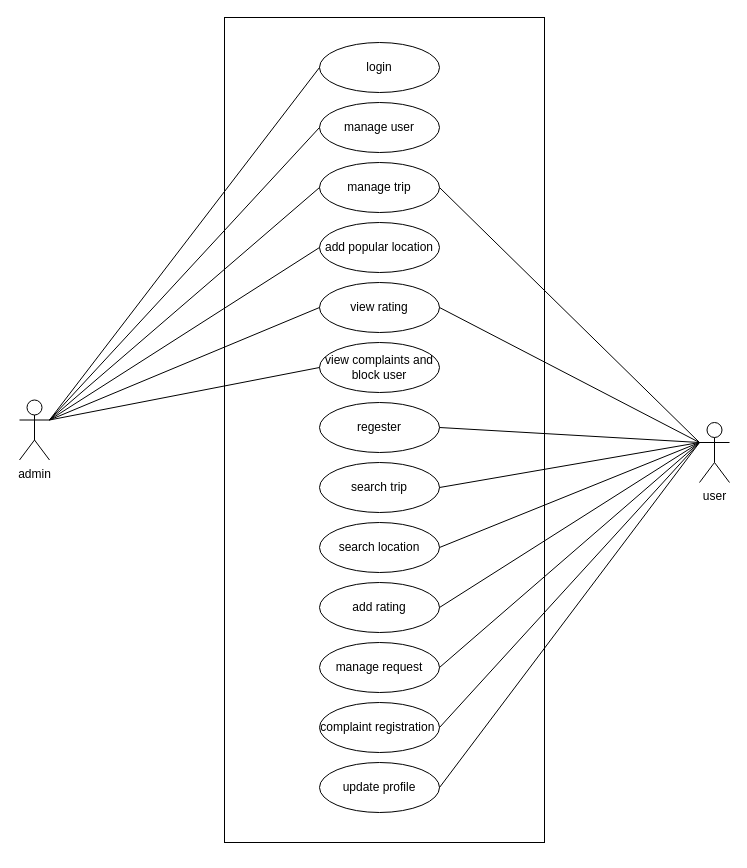
The draw.io diagram documentation/use case Diagram.drawio in Rahulpt002/mca-project, before the edit. Source tidied: cells renumbered, new cells numbered last; positions are measured from the earlier drawing's top-left corner, leaving out a move shared by most shapes. Both pictures are drawn from the tidied source at 100%, with x=0, y=0 at pixel (19, 17).
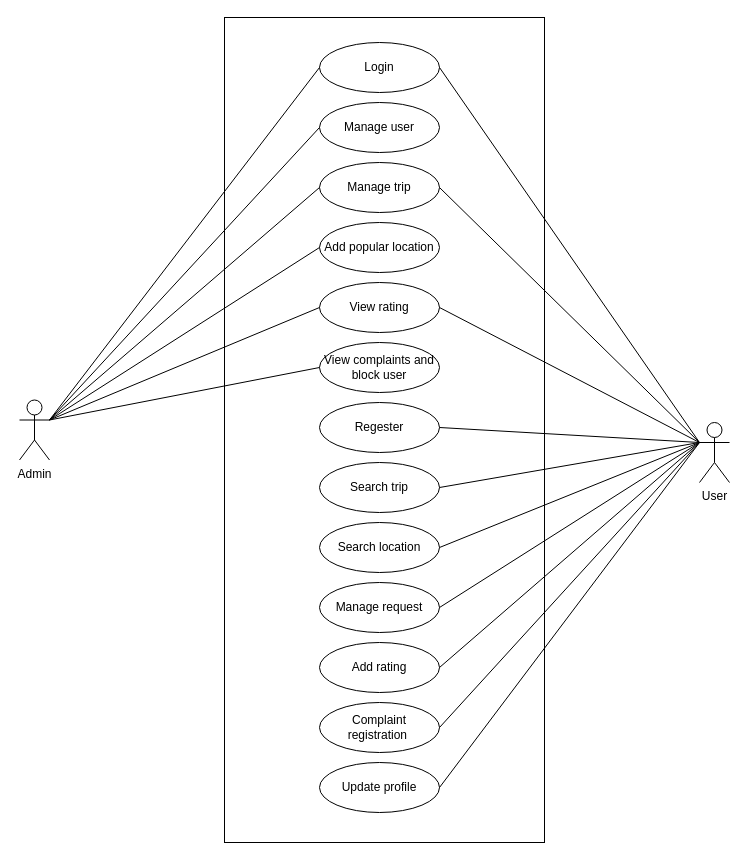
The same diagram, later.

The edit, as a diff of the source:
```diff
@@
-    <mxCell id="3" value="admin" style="shape=umlActor;verticalLabelPosition=bottom;verticalAlign=top;html=1;" parent="1" vertex="1">
+    <mxCell id="3" value="Admin" style="shape=umlActor;verticalLabelPosition=bottom;verticalAlign=top;html=1;" parent="1" vertex="1">
       <mxGeometry y="382.5" width="30" height="60" as="geometry" />
     </mxCell>
-    <mxCell id="4" value="user" style="shape=umlActor;verticalLabelPosition=bottom;verticalAlign=top;html=1;" parent="1" vertex="1">
+    <mxCell id="4" value="User" style="shape=umlActor;verticalLabelPosition=bottom;verticalAlign=top;html=1;" parent="1" vertex="1">
       <mxGeometry x="680" y="405" width="30" height="60" as="geometry" />
     </mxCell>
-    <mxCell id="5" value="login" style="ellipse;whiteSpace=wrap;html=1;" parent="1" vertex="1">
+    <mxCell id="5" value="Login" style="ellipse;whiteSpace=wrap;html=1;" parent="1" vertex="1">
       <mxGeometry x="300" y="25" width="120" height="50" as="geometry" />
     </mxCell>
-    <mxCell id="6" value="manage user" style="ellipse;whiteSpace=wrap;html=1;" parent="1" vertex="1">
+    <mxCell id="6" value="Manage user" style="ellipse;whiteSpace=wrap;html=1;" parent="1" vertex="1">
       <mxGeometry x="300" y="85" width="120" height="50" as="geometry" />
     </mxCell>
-    <mxCell id="7" value="manage trip" style="ellipse;whiteSpace=wrap;html=1;" parent="1" vertex="1">
+    <mxCell id="7" value="Manage trip" style="ellipse;whiteSpace=wrap;html=1;" parent="1" vertex="1">
       <mxGeometry x="300" y="145" width="120" height="50" as="geometry" />
     </mxCell>
-    <mxCell id="8" value="add popular location" style="ellipse;whiteSpace=wrap;html=1;" parent="1" vertex="1">
+    <mxCell id="8" value="Add popular location" style="ellipse;whiteSpace=wrap;html=1;" parent="1" vertex="1">
       <mxGeometry x="300" y="205" width="120" height="50" as="geometry" />
     </mxCell>
-    <mxCell id="9" value="view rating" style="ellipse;whiteSpace=wrap;html=1;" parent="1" vertex="1">
+    <mxCell id="9" value="View rating" style="ellipse;whiteSpace=wrap;html=1;" parent="1" vertex="1">
       <mxGeometry x="300" y="265" width="120" height="50" as="geometry" />
     </mxCell>
-    <mxCell id="10" value="view complaints and block user" style="ellipse;whiteSpace=wrap;html=1;" parent="1" vertex="1">
+    <mxCell id="10" value="View complaints and block user" style="ellipse;whiteSpace=wrap;html=1;" parent="1" vertex="1">
       <mxGeometry x="300" y="325" width="120" height="50" as="geometry" />
     </mxCell>
-    <mxCell id="11" value="regester" style="ellipse;whiteSpace=wrap;html=1;" parent="1" vertex="1">
+    <mxCell id="11" value="Regester" style="ellipse;whiteSpace=wrap;html=1;" parent="1" vertex="1">
       <mxGeometry x="300" y="385" width="120" height="50" as="geometry" />
     </mxCell>
-    <mxCell id="12" value="search trip" style="ellipse;whiteSpace=wrap;html=1;" parent="1" vertex="1">
+    <mxCell id="12" value="Search trip" style="ellipse;whiteSpace=wrap;html=1;" parent="1" vertex="1">
       <mxGeometry x="300" y="445" width="120" height="50" as="geometry" />
     </mxCell>
-    <mxCell id="13" value="update profile" style="ellipse;whiteSpace=wrap;html=1;" parent="1" vertex="1">
+    <mxCell id="13" value="Update profile" style="ellipse;whiteSpace=wrap;html=1;" parent="1" vertex="1">
       <mxGeometry x="300" y="745" width="120" height="50" as="geometry" />
     </mxCell>
-    <mxCell id="14" value="complaint registration&amp;nbsp;" style="ellipse;whiteSpace=wrap;html=1;" parent="1" vertex="1">
+    <mxCell id="14" value="Complaint registration&amp;nbsp;" style="ellipse;whiteSpace=wrap;html=1;" parent="1" vertex="1">
       <mxGeometry x="300" y="685" width="120" height="50" as="geometry" />
     </mxCell>
-    <mxCell id="15" value="manage request" style="ellipse;whiteSpace=wrap;html=1;" parent="1" vertex="1">
-      <mxGeometry x="300" y="625" width="120" height="50" as="geometry" />
+    <mxCell id="15" value="Manage request" style="ellipse;whiteSpace=wrap;html=1;" parent="1" vertex="1">
+      <mxGeometry x="300" y="565" width="120" height="50" as="geometry" />
     </mxCell>
-    <mxCell id="16" value="add rating" style="ellipse;whiteSpace=wrap;html=1;" parent="1" vertex="1">
-      <mxGeometry x="300" y="565" width="120" height="50" as="geometry" />
+    <mxCell id="16" value="Add rating" style="ellipse;whiteSpace=wrap;html=1;" parent="1" vertex="1">
+      <mxGeometry x="300" y="625" width="120" height="50" as="geometry" />
     </mxCell>
-    <mxCell id="17" value="search location" style="ellipse;whiteSpace=wrap;html=1;" parent="1" vertex="1">
+    <mxCell id="17" value="Search location" style="ellipse;whiteSpace=wrap;html=1;" parent="1" vertex="1">
       <mxGeometry x="300" y="505" width="120" height="50" as="geometry" />
     </mxCell>
@@
+    <mxCell id="34" style="endArrow=none;html=1;rounded=0;entryX=1;entryY=0.5;entryDx=0;entryDy=0;exitX=0;exitY=0.3333333333333333;exitDx=0;exitDy=0;exitPerimeter=0;" parent="1" edge="1" source="4" target="5">
+      <mxGeometry relative="1" as="geometry" />
+    </mxCell>
```
